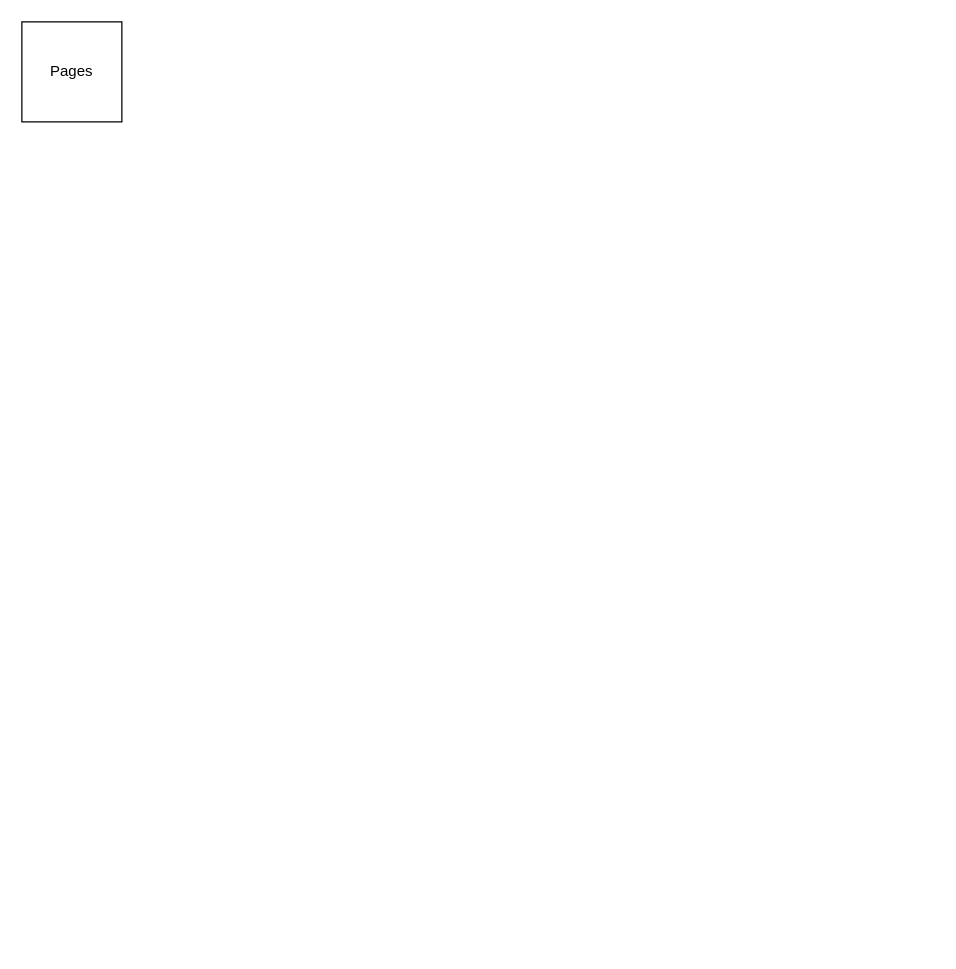
This is Untitled Diagram.drawio from Jobstop-Solutions/.github, a draw.io file, before an edit. Source tidied: cells renumbered, new cells numbered last; positions are measured from the earlier drawing's top-left corner, leaving out a move shared by most shapes. Both pictures are drawn from the tidied source at 125%, with x=0, y=0 at pixel (21, 21).
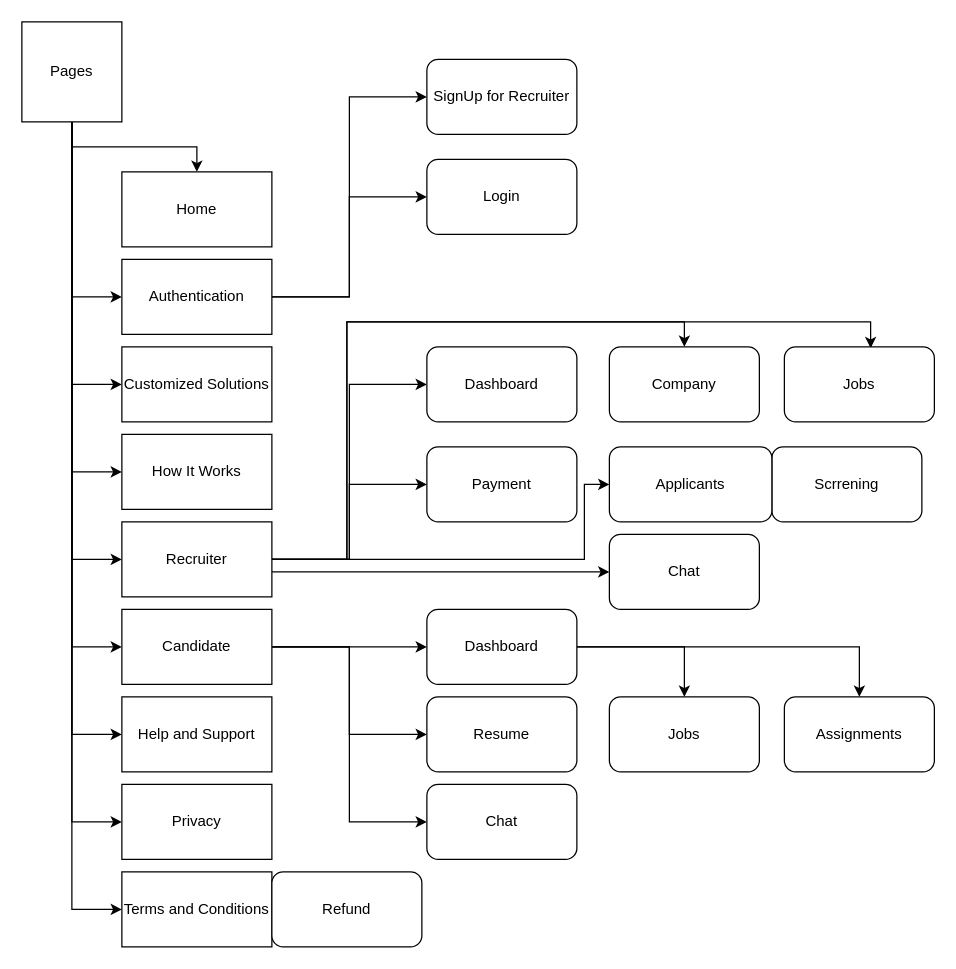
The same page after the edit.

The change refers to these unchanged cells:
```xml
<mxCell id="2" value="Pages" style="whiteSpace=wrap;html=1;" parent="1" vertex="1">
  <mxGeometry width="80" height="80" as="geometry" />
</mxCell>
```

The edit, as a diff of the source:
```diff
@@
+    <mxCell id="3" style="edgeStyle=orthogonalEdgeStyle;rounded=0;jettySize=auto;html=1;entryX=0.5;entryY=0;entryDx=0;entryDy=0;" parent="1" edge="1" source="2" target="15">
+      <mxGeometry relative="1" as="geometry">
+        <Array as="points">
+          <mxPoint x="40" y="100" />
+          <mxPoint x="140" y="100" />
+        </Array>
+      </mxGeometry>
+    </mxCell>
+    <mxCell id="4" style="edgeStyle=orthogonalEdgeStyle;rounded=0;jettySize=auto;html=1;entryX=0;entryY=0.5;entryDx=0;entryDy=0;" parent="1" edge="1" source="2" target="14">
+      <mxGeometry relative="1" as="geometry" />
+    </mxCell>
+    <mxCell id="5" style="edgeStyle=orthogonalEdgeStyle;rounded=0;jettySize=auto;html=1;entryX=0;entryY=0.5;entryDx=0;entryDy=0;" parent="1" edge="1" source="2" target="16">
+      <mxGeometry relative="1" as="geometry" />
+    </mxCell>
+    <mxCell id="6" style="edgeStyle=orthogonalEdgeStyle;rounded=0;jettySize=auto;html=1;entryX=0;entryY=0.5;entryDx=0;entryDy=0;" parent="1" edge="1" source="2" target="17">
+      <mxGeometry relative="1" as="geometry" />
+    </mxCell>
+    <mxCell id="7" style="edgeStyle=orthogonalEdgeStyle;rounded=0;jettySize=auto;html=1;entryX=0;entryY=0.5;entryDx=0;entryDy=0;" parent="1" edge="1" source="2" target="24">
+      <mxGeometry relative="1" as="geometry" />
+    </mxCell>
+    <mxCell id="8" style="edgeStyle=orthogonalEdgeStyle;rounded=0;jettySize=auto;html=1;entryX=0;entryY=0.5;entryDx=0;entryDy=0;" parent="1" edge="1" source="2" target="28">
+      <mxGeometry relative="1" as="geometry" />
+    </mxCell>
+    <mxCell id="9" style="edgeStyle=orthogonalEdgeStyle;rounded=0;jettySize=auto;html=1;entryX=0;entryY=0.5;entryDx=0;entryDy=0;" parent="1" edge="1" source="2" target="29">
+      <mxGeometry relative="1" as="geometry" />
+    </mxCell>
+    <mxCell id="10" style="edgeStyle=orthogonalEdgeStyle;rounded=0;jettySize=auto;html=1;entryX=0;entryY=0.5;entryDx=0;entryDy=0;" parent="1" edge="1" source="2" target="30">
+      <mxGeometry relative="1" as="geometry" />
+    </mxCell>
+    <mxCell id="11" style="edgeStyle=orthogonalEdgeStyle;rounded=0;jettySize=auto;html=1;entryX=0;entryY=0.5;entryDx=0;entryDy=0;" parent="1" edge="1" source="2" target="31">
+      <mxGeometry relative="1" as="geometry" />
+    </mxCell>
@@
+    <mxCell id="12" style="edgeStyle=orthogonalEdgeStyle;rounded=0;jettySize=auto;html=1;entryX=0;entryY=0.5;entryDx=0;entryDy=0;" parent="1" edge="1" source="14" target="47">
+      <mxGeometry relative="1" as="geometry" />
+    </mxCell>
+    <mxCell id="13" style="edgeStyle=orthogonalEdgeStyle;rounded=0;jettySize=auto;html=1;entryX=0;entryY=0.5;entryDx=0;entryDy=0;" parent="1" edge="1" source="14" target="46">
+      <mxGeometry relative="1" as="geometry" />
+    </mxCell>
+    <mxCell id="14" value="Authentication" style="rounded=0;whiteSpace=wrap;html=1;" parent="1" vertex="1">
+      <mxGeometry x="80" y="190" width="120" height="60" as="geometry" />
+    </mxCell>
+    <mxCell id="15" value="Home" style="rounded=0;whiteSpace=wrap;html=1;" parent="1" vertex="1">
+      <mxGeometry x="80" y="120" width="120" height="60" as="geometry" />
+    </mxCell>
+    <mxCell id="16" value="Customized Solutions" style="rounded=0;whiteSpace=wrap;html=1;" parent="1" vertex="1">
+      <mxGeometry x="80" y="260" width="120" height="60" as="geometry" />
+    </mxCell>
+    <mxCell id="17" value="How It Works" style="rounded=0;whiteSpace=wrap;html=1;" parent="1" vertex="1">
+      <mxGeometry x="80" y="330" width="120" height="60" as="geometry" />
+    </mxCell>
+    <mxCell id="18" style="edgeStyle=orthogonalEdgeStyle;rounded=0;jettySize=auto;html=1;entryX=0;entryY=0.5;entryDx=0;entryDy=0;" parent="1" edge="1" source="24" target="45">
+      <mxGeometry relative="1" as="geometry" />
+    </mxCell>
+    <mxCell id="19" style="edgeStyle=orthogonalEdgeStyle;rounded=0;jettySize=auto;html=1;entryX=0;entryY=0.5;entryDx=0;entryDy=0;" parent="1" edge="1" source="24" target="42">
+      <mxGeometry relative="1" as="geometry" />
+    </mxCell>
+    <mxCell id="20" style="edgeStyle=orthogonalEdgeStyle;rounded=0;jettySize=auto;html=1;entryX=0.5;entryY=0;entryDx=0;entryDy=0;" parent="1" edge="1" source="24" target="44">
+      <mxGeometry relative="1" as="geometry">
+        <Array as="points">
+          <mxPoint x="260" y="430" />
+          <mxPoint x="260" y="240" />
+          <mxPoint x="530" y="240" />
+        </Array>
+      </mxGeometry>
+    </mxCell>
+    <mxCell id="21" style="edgeStyle=orthogonalEdgeStyle;rounded=0;jettySize=auto;html=1;entryX=0.575;entryY=0.017;entryDx=0;entryDy=0;entryPerimeter=0;" parent="1" edge="1" source="24" target="43">
+      <mxGeometry relative="1" as="geometry">
+        <Array as="points">
+          <mxPoint x="260" y="430" />
+          <mxPoint x="260" y="240" />
+          <mxPoint x="679" y="240" />
+        </Array>
+      </mxGeometry>
+    </mxCell>
+    <mxCell id="22" style="edgeStyle=orthogonalEdgeStyle;rounded=0;jettySize=auto;html=1;entryX=0;entryY=0.5;entryDx=0;entryDy=0;" parent="1" edge="1" source="24" target="39">
+      <mxGeometry relative="1" as="geometry">
+        <Array as="points">
+          <mxPoint x="270" y="440" />
+          <mxPoint x="270" y="440" />
+        </Array>
+      </mxGeometry>
+    </mxCell>
+    <mxCell id="23" style="edgeStyle=orthogonalEdgeStyle;rounded=0;jettySize=auto;html=1;" parent="1" edge="1" source="24" target="41">
+      <mxGeometry relative="1" as="geometry">
+        <Array as="points">
+          <mxPoint x="450" y="430" />
+          <mxPoint x="450" y="370" />
+        </Array>
+      </mxGeometry>
+    </mxCell>
+    <mxCell id="24" value="Recruiter" style="rounded=0;whiteSpace=wrap;html=1;" parent="1" vertex="1">
+      <mxGeometry x="80" y="400" width="120" height="60" as="geometry" />
+    </mxCell>
+    <mxCell id="25" style="edgeStyle=orthogonalEdgeStyle;rounded=0;jettySize=auto;html=1;entryX=0;entryY=0.5;entryDx=0;entryDy=0;" parent="1" edge="1" source="28" target="38">
+      <mxGeometry relative="1" as="geometry" />
+    </mxCell>
+    <mxCell id="26" style="edgeStyle=orthogonalEdgeStyle;rounded=0;jettySize=auto;html=1;entryX=0;entryY=0.5;entryDx=0;entryDy=0;" parent="1" edge="1" source="28" target="33">
+      <mxGeometry relative="1" as="geometry" />
+    </mxCell>
+    <mxCell id="27" style="edgeStyle=orthogonalEdgeStyle;rounded=0;jettySize=auto;html=1;entryX=0;entryY=0.5;entryDx=0;entryDy=0;" parent="1" edge="1" source="28" target="48">
+      <mxGeometry relative="1" as="geometry" />
+    </mxCell>
+    <mxCell id="28" value="Candidate" style="rounded=0;whiteSpace=wrap;html=1;" parent="1" vertex="1">
+      <mxGeometry x="80" y="470" width="120" height="60" as="geometry" />
+    </mxCell>
+    <mxCell id="29" value="Help and Support" style="rounded=0;whiteSpace=wrap;html=1;" parent="1" vertex="1">
+      <mxGeometry x="80" y="540" width="120" height="60" as="geometry" />
+    </mxCell>
+    <mxCell id="30" value="Privacy" style="rounded=0;whiteSpace=wrap;html=1;" parent="1" vertex="1">
+      <mxGeometry x="80" y="610" width="120" height="60" as="geometry" />
+    </mxCell>
+    <mxCell id="31" value="Terms and Conditions" style="rounded=0;whiteSpace=wrap;html=1;" parent="1" vertex="1">
+      <mxGeometry x="80" y="680" width="120" height="60" as="geometry" />
+    </mxCell>
+    <mxCell id="32" value="Refund" style="rounded=1;whiteSpace=wrap;html=1;" parent="1" vertex="1">
+      <mxGeometry x="200" y="680" width="120" height="60" as="geometry" />
+    </mxCell>
+    <mxCell id="33" value="Resume" style="rounded=1;whiteSpace=wrap;html=1;" parent="1" vertex="1">
+      <mxGeometry x="324" y="540" width="120" height="60" as="geometry" />
+    </mxCell>
+    <mxCell id="34" value="Assignments" style="rounded=1;whiteSpace=wrap;html=1;" parent="1" vertex="1">
+      <mxGeometry x="610" y="540" width="120" height="60" as="geometry" />
+    </mxCell>
+    <mxCell id="35" value="Jobs" style="rounded=1;whiteSpace=wrap;html=1;" parent="1" vertex="1">
+      <mxGeometry x="470" y="540" width="120" height="60" as="geometry" />
+    </mxCell>
+    <mxCell id="36" style="edgeStyle=orthogonalEdgeStyle;rounded=0;jettySize=auto;html=1;entryX=0.5;entryY=0;entryDx=0;entryDy=0;" parent="1" edge="1" source="38" target="35">
+      <mxGeometry relative="1" as="geometry" />
+    </mxCell>
+    <mxCell id="37" style="edgeStyle=orthogonalEdgeStyle;rounded=0;jettySize=auto;html=1;entryX=0.5;entryY=0;entryDx=0;entryDy=0;" parent="1" edge="1" source="38" target="34">
+      <mxGeometry relative="1" as="geometry" />
+    </mxCell>
+    <mxCell id="38" value="Dashboard" style="rounded=1;whiteSpace=wrap;html=1;" parent="1" vertex="1">
+      <mxGeometry x="324" y="470" width="120" height="60" as="geometry" />
+    </mxCell>
+    <mxCell id="39" value="Chat" style="rounded=1;whiteSpace=wrap;html=1;" parent="1" vertex="1">
+      <mxGeometry x="470" y="410" width="120" height="60" as="geometry" />
+    </mxCell>
+    <mxCell id="40" value="Scrrening" style="rounded=1;whiteSpace=wrap;html=1;" parent="1" vertex="1">
+      <mxGeometry x="600" y="340" width="120" height="60" as="geometry" />
+    </mxCell>
+    <mxCell id="41" value="Applicants" style="rounded=1;whiteSpace=wrap;html=1;" parent="1" vertex="1">
+      <mxGeometry x="470" y="340" width="130" height="60" as="geometry" />
+    </mxCell>
+    <mxCell id="42" value="Payment" style="rounded=1;whiteSpace=wrap;html=1;" parent="1" vertex="1">
+      <mxGeometry x="324" y="340" width="120" height="60" as="geometry" />
+    </mxCell>
+    <mxCell id="43" value="Jobs" style="rounded=1;whiteSpace=wrap;html=1;" parent="1" vertex="1">
+      <mxGeometry x="610" y="260" width="120" height="60" as="geometry" />
+    </mxCell>
+    <mxCell id="44" value="Company" style="rounded=1;whiteSpace=wrap;html=1;" parent="1" vertex="1">
+      <mxGeometry x="470" y="260" width="120" height="60" as="geometry" />
+    </mxCell>
+    <mxCell id="45" value="Dashboard" style="rounded=1;whiteSpace=wrap;html=1;" parent="1" vertex="1">
+      <mxGeometry x="324" y="260" width="120" height="60" as="geometry" />
+    </mxCell>
+    <mxCell id="46" value="Login" style="rounded=1;whiteSpace=wrap;html=1;" parent="1" vertex="1">
+      <mxGeometry x="324" y="110" width="120" height="60" as="geometry" />
+    </mxCell>
+    <mxCell id="47" value="SignUp for Recruiter" style="rounded=1;whiteSpace=wrap;html=1;" parent="1" vertex="1">
+      <mxGeometry x="324" y="30" width="120" height="60" as="geometry" />
+    </mxCell>
+    <mxCell id="48" value="Chat" style="rounded=1;whiteSpace=wrap;html=1;" parent="1" vertex="1">
+      <mxGeometry x="324" y="610" width="120" height="60" as="geometry" />
+    </mxCell>
```
